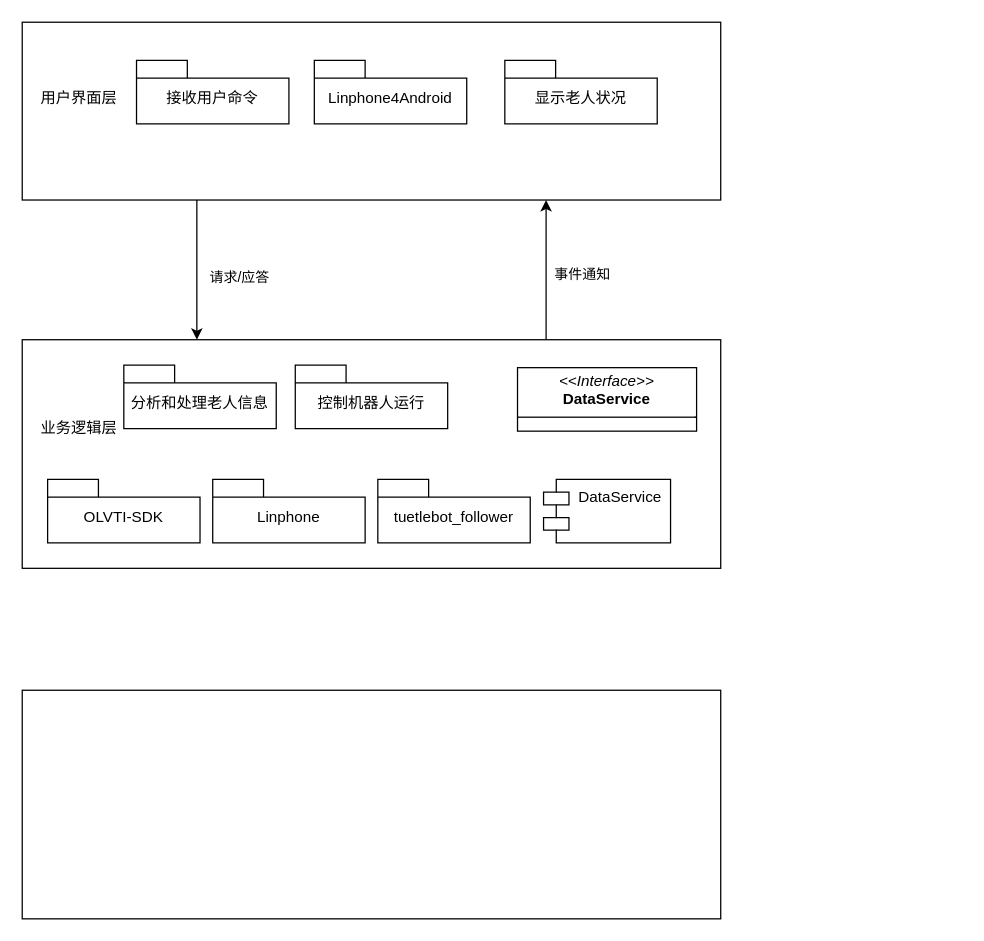
This is 第八、九章 52题.drawio from Jackrainman/draw.io, a draw.io file, before an edit. Source tidied: cells renumbered, new cells numbered last; positions are measured from the earlier drawing's top-left corner, leaving out a move shared by most shapes. Both pictures are drawn from the tidied source at 127%, with x=0, y=0 at pixel (22, 22).
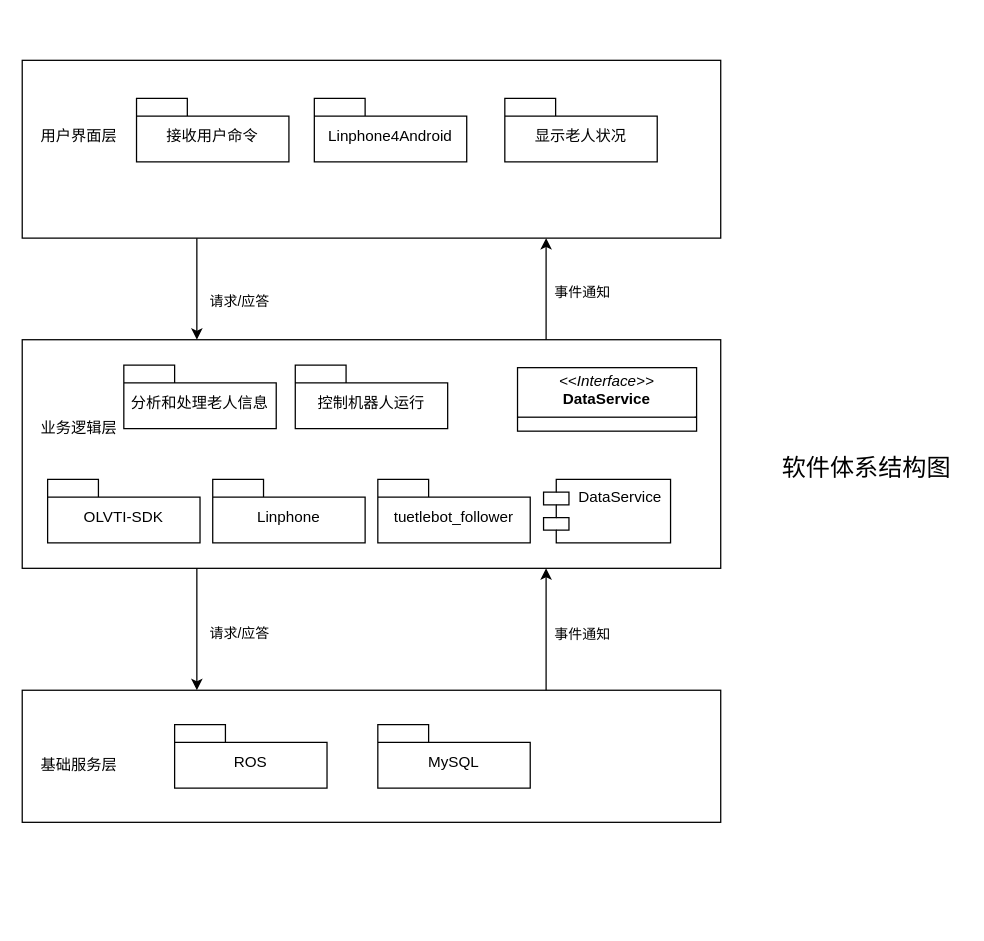
The same page after the edit.

Commit message (it also covers changes not shown here):
更新第八、九章 52题.drawio

Unchanged cells that the change refers to:
```xml
<mxCell id="9" style="rounded=0;whiteSpace=wrap;html=1;fillColor=none;" parent="1" vertex="1">
  <mxGeometry y="250" width="550" height="180" as="geometry" />
</mxCell>
```

The edit, as a diff of the source:
```diff
@@
     <mxCell id="4" style="rounded=0;whiteSpace=wrap;html=1;fillColor=none;" parent="1" vertex="1">
-      <mxGeometry width="550" height="140" as="geometry" />
+      <mxGeometry y="30" width="550" height="140" as="geometry" />
     </mxCell>
     <mxCell id="5" value="用户界面层" style="text;html=1;whiteSpace=wrap;strokeColor=none;fillColor=none;align=center;verticalAlign=middle;rounded=0;" parent="1" vertex="1">
-      <mxGeometry y="45" width="90" height="30" as="geometry" />
+      <mxGeometry y="75" width="90" height="30" as="geometry" />
     </mxCell>
@@
+    <mxCell id="22" style="edgeStyle=orthogonalEdgeStyle;rounded=0;jettySize=auto;html=1;exitX=0.25;exitY=1;exitDx=0;exitDy=0;entryX=0.25;entryY=0;entryDx=0;entryDy=0;" parent="1" edge="1" source="9" target="21">
+      <mxGeometry relative="1" as="geometry" />
+    </mxCell>
+    <mxCell id="23" value="请求/应答" style="edgeLabel;html=1;align=center;verticalAlign=middle;" parent="22" vertex="1">
+      <mxGeometry x="-0.23" y="-3" relative="1" as="geometry">
+        <mxPoint x="36" y="13" as="offset" />
+      </mxGeometry>
+    </mxCell>
@@
     <mxCell id="13" value="&lt;span style=&quot;font-weight: 400;&quot;&gt;接收用户命令&lt;/span&gt;" style="shape=folder;fontStyle=1;spacingTop=10;tabWidth=40;tabHeight=14;tabPosition=left;html=1;whiteSpace=wrap;" parent="1" vertex="1">
-      <mxGeometry x="90" y="30" width="120" height="50" as="geometry" />
+      <mxGeometry x="90" y="60" width="120" height="50" as="geometry" />
     </mxCell>
     <mxCell id="14" value="&lt;span style=&quot;font-weight: 400;&quot;&gt;Linphone4Android&lt;/span&gt;" style="shape=folder;fontStyle=1;spacingTop=10;tabWidth=40;tabHeight=14;tabPosition=left;html=1;whiteSpace=wrap;" parent="1" vertex="1">
-      <mxGeometry x="230" y="30" width="120" height="50" as="geometry" />
+      <mxGeometry x="230" y="60" width="120" height="50" as="geometry" />
     </mxCell>
     <mxCell id="15" value="&lt;span style=&quot;font-weight: 400;&quot;&gt;显示老人状况&lt;/span&gt;" style="shape=folder;fontStyle=1;spacingTop=10;tabWidth=40;tabHeight=14;tabPosition=left;html=1;whiteSpace=wrap;" parent="1" vertex="1">
-      <mxGeometry x="380" y="30" width="120" height="50" as="geometry" />
+      <mxGeometry x="380" y="60" width="120" height="50" as="geometry" />
     </mxCell>
@@
+    <mxCell id="24" style="edgeStyle=orthogonalEdgeStyle;rounded=0;jettySize=auto;html=1;exitX=0.75;exitY=0;exitDx=0;exitDy=0;entryX=0.75;entryY=1;entryDx=0;entryDy=0;" parent="1" edge="1" source="21" target="9">
+      <mxGeometry relative="1" as="geometry" />
+    </mxCell>
+    <mxCell id="25" value="事件通知" style="edgeLabel;html=1;align=center;verticalAlign=middle;" parent="24" vertex="1">
+      <mxGeometry x="-0.22" y="-1" relative="1" as="geometry">
+        <mxPoint x="27" y="-8" as="offset" />
+      </mxGeometry>
+    </mxCell>
     <mxCell id="21" style="rounded=0;whiteSpace=wrap;html=1;fillColor=none;" parent="1" vertex="1">
-      <mxGeometry y="526" width="550" height="180" as="geometry" />
+      <mxGeometry y="526" width="550" height="104" as="geometry" />
     </mxCell>
+    <mxCell id="26" value="基础服务层" style="text;html=1;whiteSpace=wrap;strokeColor=none;fillColor=none;align=center;verticalAlign=middle;rounded=0;" parent="1" vertex="1">
+      <mxGeometry y="570" width="90" height="30" as="geometry" />
+    </mxCell>
+    <mxCell id="27" value="&lt;span style=&quot;font-weight: 400;&quot;&gt;ROS&lt;/span&gt;" style="shape=folder;fontStyle=1;spacingTop=10;tabWidth=40;tabHeight=14;tabPosition=left;html=1;whiteSpace=wrap;" parent="1" vertex="1">
+      <mxGeometry x="120" y="553" width="120" height="50" as="geometry" />
+    </mxCell>
+    <mxCell id="28" value="&lt;span style=&quot;font-weight: 400;&quot;&gt;MySQL&lt;/span&gt;" style="shape=folder;fontStyle=1;spacingTop=10;tabWidth=40;tabHeight=14;tabPosition=left;html=1;whiteSpace=wrap;" parent="1" vertex="1">
+      <mxGeometry x="280" y="553" width="120" height="50" as="geometry" />
+    </mxCell>
+    <mxCell id="29" value="软件体系结构图" style="text;html=1;whiteSpace=wrap;strokeColor=none;fillColor=none;align=center;verticalAlign=middle;rounded=0;fontSize=19;" parent="1" vertex="1">
+      <mxGeometry x="590" y="322" width="150" height="60" as="geometry" />
+    </mxCell>
```
